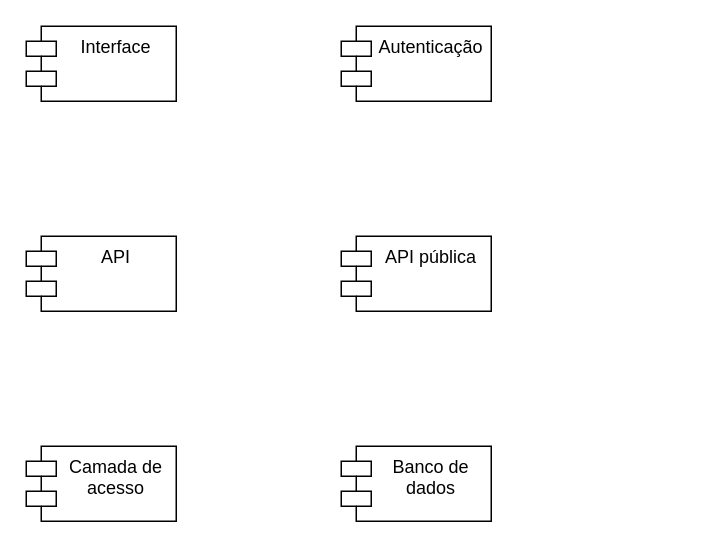
Before: diagrama_componentes.drawio in matheus3881/TFU_Backend_SENAI, a draw.io diagram. Source tidied: cells renumbered, new cells numbered last; positions are measured from the earlier drawing's top-left corner, leaving out a move shared by most shapes. Both pictures are drawn from the tidied source at 150%, with x=0, y=0 at pixel (26, 26).
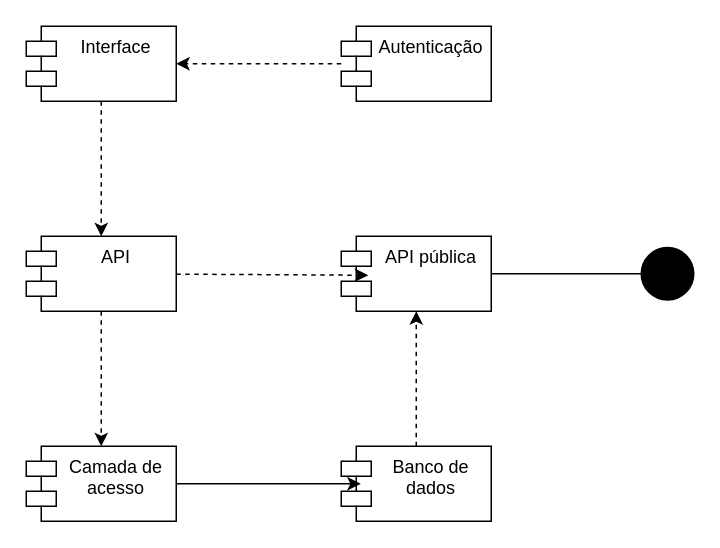
Above is the later version.

Commit message:
feat: :art: Finaliza o diagrama de componentes

Fiz na pressa (sendo sincero!) logo isso precisara ser corrigido

What changed in the source:
```diff
@@
 <mxGraphModel>
   <root>
     <mxCell id="0" />
     <mxCell id="1" parent="0" />
+    <mxCell id="8" style="edgeStyle=none;html=1;entryX=0.5;entryY=0;entryDx=0;entryDy=0;dashed=1;" parent="1" edge="1" source="2" target="3">
+      <mxGeometry relative="1" as="geometry" />
+    </mxCell>
     <mxCell id="2" value="Interface" style="shape=module;align=left;spacingLeft=20;align=center;verticalAlign=top;whiteSpace=wrap;html=1;" parent="1" vertex="1">
       <mxGeometry width="100" height="50" as="geometry" />
     </mxCell>
+    <mxCell id="9" style="edgeStyle=none;html=1;entryX=0.5;entryY=0;entryDx=0;entryDy=0;dashed=1;" parent="1" edge="1" source="3" target="4">
+      <mxGeometry relative="1" as="geometry" />
+    </mxCell>
     <mxCell id="3" value="API" style="shape=module;align=left;spacingLeft=20;align=center;verticalAlign=top;whiteSpace=wrap;html=1;" parent="1" vertex="1">
       <mxGeometry y="140" width="100" height="50" as="geometry" />
     </mxCell>
     <mxCell id="4" value="Camada de acesso" style="shape=module;align=left;spacingLeft=20;align=center;verticalAlign=top;whiteSpace=wrap;html=1;" parent="1" vertex="1">
       <mxGeometry y="280" width="100" height="50" as="geometry" />
     </mxCell>
+    <mxCell id="10" style="edgeStyle=none;html=1;dashed=1;" parent="1" edge="1" source="5" target="6">
+      <mxGeometry relative="1" as="geometry" />
+    </mxCell>
     <mxCell id="5" value="Banco de dados" style="shape=module;align=left;spacingLeft=20;align=center;verticalAlign=top;whiteSpace=wrap;html=1;" parent="1" vertex="1">
       <mxGeometry x="210" y="280" width="100" height="50" as="geometry" />
     </mxCell>
+    <mxCell id="11" style="edgeStyle=none;html=1;" parent="1" edge="1" source="6">
+      <mxGeometry relative="1" as="geometry">
+        <mxPoint x="420" y="165" as="targetPoint" />
+      </mxGeometry>
+    </mxCell>
     <mxCell id="6" value="API pública" style="shape=module;align=left;spacingLeft=20;align=center;verticalAlign=top;whiteSpace=wrap;html=1;" parent="1" vertex="1">
       <mxGeometry x="210" y="140" width="100" height="50" as="geometry" />
     </mxCell>
+    <mxCell id="12" style="edgeStyle=none;html=1;dashed=1;" parent="1" edge="1" source="7" target="2">
+      <mxGeometry relative="1" as="geometry" />
+    </mxCell>
     <mxCell id="7" value="Autenticação" style="shape=module;align=left;spacingLeft=20;align=center;verticalAlign=top;whiteSpace=wrap;html=1;" parent="1" vertex="1">
       <mxGeometry x="210" width="100" height="50" as="geometry" />
     </mxCell>
+    <mxCell id="13" style="edgeStyle=none;html=1;entryX=0.13;entryY=0.5;entryDx=0;entryDy=0;entryPerimeter=0;" parent="1" edge="1" source="4" target="5">
+      <mxGeometry relative="1" as="geometry" />
+    </mxCell>
+    <mxCell id="14" style="ellipse;whiteSpace=wrap;html=1;fillColor=#000000;" parent="1" vertex="1">
+      <mxGeometry x="410" y="147.5" width="35" height="35" as="geometry" />
+    </mxCell>
+    <mxCell id="15" style="edgeStyle=none;html=1;entryX=0.18;entryY=0.52;entryDx=0;entryDy=0;entryPerimeter=0;dashed=1;" parent="1" edge="1" source="3" target="6">
+      <mxGeometry relative="1" as="geometry" />
+    </mxCell>
   </root>
 </mxGraphModel>
```
